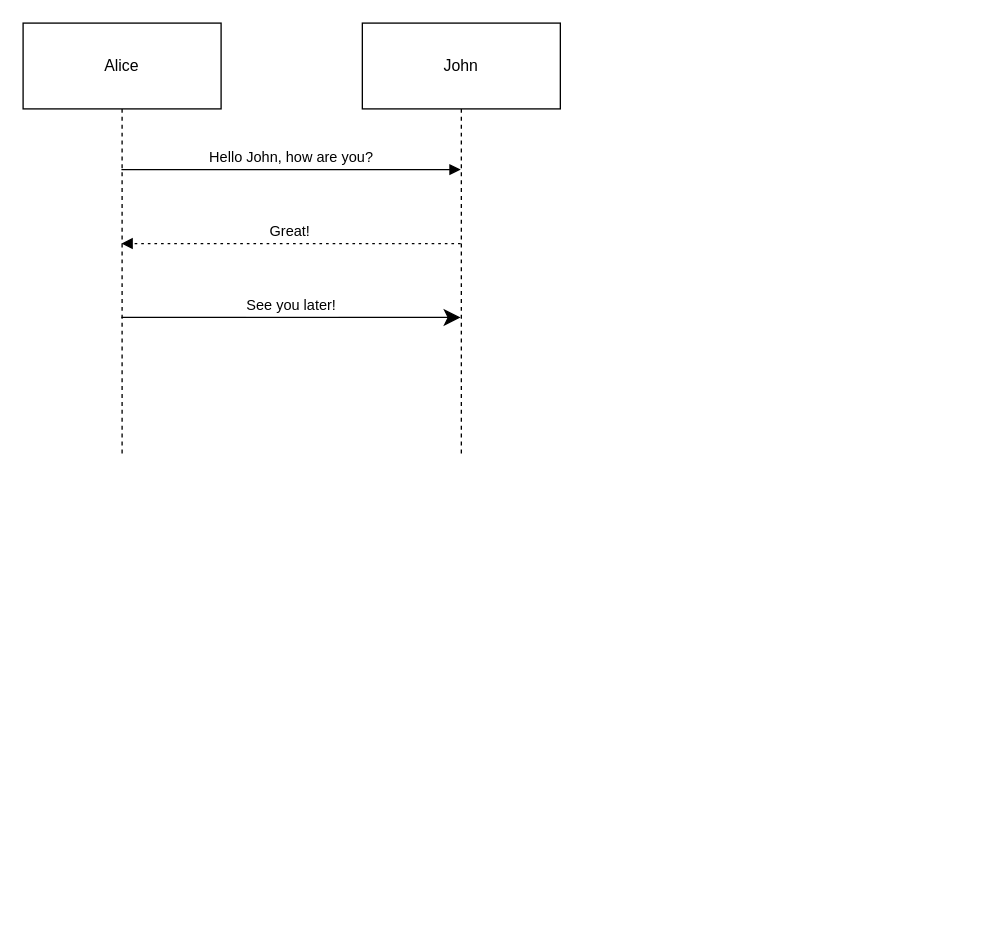
Above: 未命名绘图.drawio in randyguogithub/cloud-services (draw.io), before the change. Source tidied: cells renumbered, new cells numbered last; positions are measured from the earlier drawing's top-left corner, leaving out a move shared by most shapes. Both pictures are drawn from the tidied source at 132%, with x=0, y=0 at pixel (22, 22).
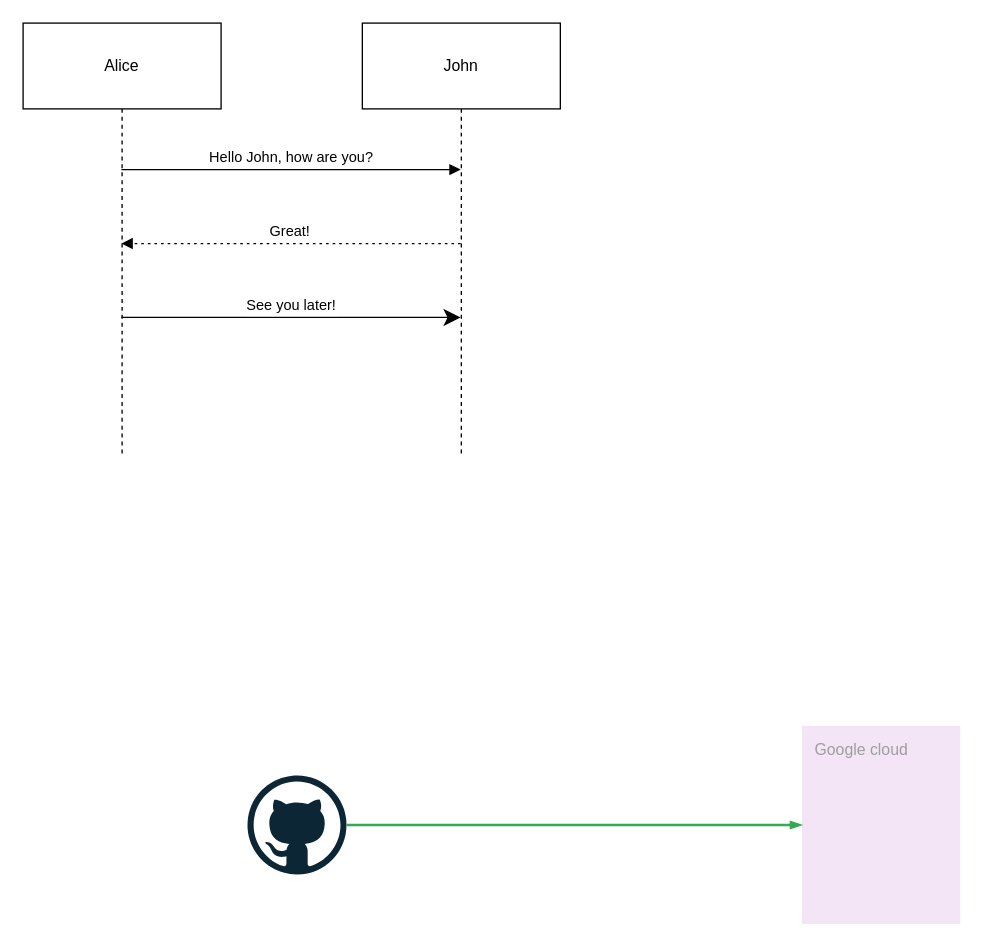
After the change.

What changed in the source:
```diff
@@
 <mxGraphModel>
   <root>
     <mxCell id="0" />
     <mxCell id="1" parent="0" />
     <mxCell id="2" value="Alice" style="shape=umlLifeline;perimeter=lifelinePerimeter;whiteSpace=wrap;outlineConnect=0;portConstraint=eastwest;newEdgeStyle={&quot;edgeStyle&quot;:&quot;elbowEdgeStyle&quot;,&quot;elbow&quot;:&quot;vertical&quot;,&quot;curved&quot;:0,&quot;rounded&quot;:0};size=65;" parent="1" vertex="1">
       <mxGeometry width="150" height="328" as="geometry" />
     </mxCell>
     <mxCell id="3" value="John" style="shape=umlLifeline;perimeter=lifelinePerimeter;whiteSpace=wrap;outlineConnect=0;portConstraint=eastwest;newEdgeStyle={&quot;edgeStyle&quot;:&quot;elbowEdgeStyle&quot;,&quot;elbow&quot;:&quot;vertical&quot;,&quot;curved&quot;:0,&quot;rounded&quot;:0};size=65;" parent="1" vertex="1">
       <mxGeometry x="257" width="150" height="328" as="geometry" />
     </mxCell>
     <mxCell id="4" value="Hello John, how are you?" style="verticalAlign=bottom;edgeStyle=elbowEdgeStyle;elbow=vertical;curved=0;rounded=0;endArrow=block;" parent="1" edge="1" source="2" target="3">
       <mxGeometry relative="1" as="geometry">
         <Array as="points">
           <mxPoint x="212" y="111" />
         </Array>
       </mxGeometry>
     </mxCell>
     <mxCell id="5" value="Great!" style="verticalAlign=bottom;edgeStyle=elbowEdgeStyle;elbow=vertical;curved=0;rounded=0;dashed=1;dashPattern=2 3;endArrow=block;" parent="1" edge="1" source="3" target="2">
       <mxGeometry relative="1" as="geometry">
         <Array as="points">
           <mxPoint x="215" y="167" />
         </Array>
       </mxGeometry>
     </mxCell>
     <mxCell id="6" value="See you later!" style="verticalAlign=bottom;edgeStyle=elbowEdgeStyle;elbow=vertical;curved=0;rounded=0;endArrow=classic;endSize=10;" parent="1" edge="1" source="2" target="3">
       <mxGeometry relative="1" as="geometry">
         <Array as="points">
           <mxPoint x="212" y="223" />
         </Array>
       </mxGeometry>
     </mxCell>
+    <mxCell id="7" style="dashed=0;outlineConnect=0;html=1;align=center;labelPosition=center;verticalLabelPosition=bottom;verticalAlign=top;shape=mxgraph.weblogos.github;" parent="1" vertex="1">
+      <mxGeometry x="170" y="570" width="75" height="75" as="geometry" />
+    </mxCell>
+    <mxCell id="8" value="Google cloud" style="sketch=0;points=[[0,0,0],[0.25,0,0],[0.5,0,0],[0.75,0,0],[1,0,0],[1,0.25,0],[1,0.5,0],[1,0.75,0],[1,1,0],[0.75,1,0],[0.5,1,0],[0.25,1,0],[0,1,0],[0,0.75,0],[0,0.5,0],[0,0.25,0]];rounded=1;absoluteArcSize=1;arcSize=2;html=1;strokeColor=none;gradientColor=none;shadow=0;dashed=0;fontSize=12;fontColor=#9E9E9E;align=left;verticalAlign=top;spacing=10;spacingTop=-4;whiteSpace=wrap;fillColor=#F3E5F5;" parent="1" vertex="1">
+      <mxGeometry x="590" y="532.5" width="120" height="150" as="geometry" />
+    </mxCell>
+    <mxCell id="9" style="edgeStyle=orthogonalEdgeStyle;fontSize=12;html=1;endArrow=blockThin;endFill=1;rounded=0;strokeWidth=2;endSize=4;startSize=4;strokeColor=#34A853;dashed=0;" parent="1" edge="1" source="7" target="8">
+      <mxGeometry relative="1" as="geometry" />
+    </mxCell>
   </root>
 </mxGraphModel>
```
